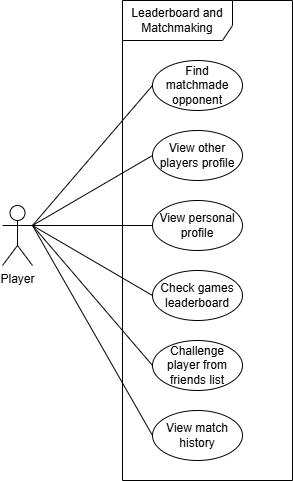
Earlier version of the draw.io export Leaderboard and Matchmaking Team Files/LeaderBoardAndMatchmakingUseCaseDiagram.png (kelsierfin/BasicGamingPlatform). Source tidied: cells renumbered, new cells last; positions are measured from the earlier drawing's top-left corner, leaving out a move shared by most shapes. Source of this version:
```xml
<mxGraphModel>
  <root>
    <mxCell id="0" />
    <mxCell id="1" parent="0" />
    <mxCell id="2" value="Leaderboard and Matchmaking" style="shape=umlFrame;whiteSpace=wrap;html=1;width=110;height=40;" parent="1" vertex="1">
      <mxGeometry x="120" width="170" height="480" as="geometry" />
    </mxCell>
    <mxCell id="3" style="rounded=0;jettySize=auto;html=1;exitX=1;exitY=0.3333333333333333;exitDx=0;exitDy=0;exitPerimeter=0;entryX=0;entryY=0.5;entryDx=0;entryDy=0;endArrow=none;startFill=0;" parent="1" edge="1" source="9" target="10">
      <mxGeometry relative="1" as="geometry" />
    </mxCell>
    <mxCell id="4" style="rounded=0;jettySize=auto;html=1;exitX=1;exitY=0.3333333333333333;exitDx=0;exitDy=0;exitPerimeter=0;entryX=0;entryY=0.5;entryDx=0;entryDy=0;endArrow=none;startFill=0;" parent="1" edge="1" source="9" target="12">
      <mxGeometry relative="1" as="geometry" />
    </mxCell>
    <mxCell id="5" style="rounded=0;jettySize=auto;html=1;exitX=1;exitY=0.3333333333333333;exitDx=0;exitDy=0;exitPerimeter=0;entryX=0;entryY=0.5;entryDx=0;entryDy=0;endArrow=none;startFill=0;" parent="1" edge="1" source="9" target="11">
      <mxGeometry relative="1" as="geometry" />
    </mxCell>
    <mxCell id="6" style="rounded=0;jettySize=auto;html=1;exitX=1;exitY=0.3333333333333333;exitDx=0;exitDy=0;exitPerimeter=0;entryX=0;entryY=0.5;entryDx=0;entryDy=0;endArrow=none;startFill=0;" parent="1" edge="1" source="9" target="14">
      <mxGeometry relative="1" as="geometry" />
    </mxCell>
    <mxCell id="7" style="rounded=0;jettySize=auto;html=1;exitX=1;exitY=0.3333333333333333;exitDx=0;exitDy=0;exitPerimeter=0;entryX=0;entryY=0.5;entryDx=0;entryDy=0;endArrow=none;startFill=0;" parent="1" edge="1" source="9" target="13">
      <mxGeometry relative="1" as="geometry" />
    </mxCell>
    <mxCell id="8" style="rounded=0;jettySize=auto;html=1;exitX=1;exitY=0.3333333333333333;exitDx=0;exitDy=0;exitPerimeter=0;entryX=0;entryY=0.5;entryDx=0;entryDy=0;endArrow=none;startFill=0;" parent="1" edge="1" source="9" target="15">
      <mxGeometry relative="1" as="geometry" />
    </mxCell>
    <mxCell id="9" value="Player" style="shape=umlActor;verticalLabelPosition=bottom;verticalAlign=top;html=1;" parent="1" vertex="1">
      <mxGeometry y="205" width="30" height="60" as="geometry" />
    </mxCell>
    <mxCell id="10" value="Find matchmade opponent" style="ellipse;whiteSpace=wrap;html=1;" parent="1" vertex="1">
      <mxGeometry x="150" y="60" width="90" height="50" as="geometry" />
    </mxCell>
    <mxCell id="11" value="Check games leaderboard&lt;span style=&quot;color: rgba(0, 0, 0, 0); font-family: monospace; font-size: 0px; text-align: start; text-wrap-mode: nowrap;&quot;&gt;%3CmxGraphModel%3E%3Croot%3E%3CmxCell%20id%3D%220%22%2F%3E%3CmxCell%20id%3D%221%22%20parent%3D%220%22%2F%3E%3CmxCell%20id%3D%222%22%20value%3D%22login%22%20style%3D%22ellipse%3BwhiteSpace%3Dwrap%3Bhtml%3D1%3B%22%20vertex%3D%221%22%20parent%3D%221%22%3E%3CmxGeometry%20x%3D%22420%22%20y%3D%22320%22%20width%3D%2290%22%20height%3D%2250%22%20as%3D%22geometry%22%2F%3E%3C%2FmxCell%3E%3C%2Froot%3E%3C%2FmxGraphModel%3E&lt;/span&gt;&lt;span style=&quot;color: rgba(0, 0, 0, 0); font-family: monospace; font-size: 0px; text-align: start; text-wrap-mode: nowrap;&quot;&gt;%3CmxGraphModel%3E%3Croot%3E%3CmxCell%20id%3D%220%22%2F%3E%3CmxCell%20id%3D%221%22%20parent%3D%220%22%2F%3E%3CmxCell%20id%3D%222%22%20value%3D%22login%22%20style%3D%22ellipse%3BwhiteSpace%3Dwrap%3Bhtml%3D1%3B%22%20vertex%3D%221%22%20parent%3D%221%22%3E%3CmxGeometry%20x%3D%22420%22%20y%3D%22320%22%20width%3D%2290%22%20height%3D%2250%22%20as%3D%22geometry%22%2F%3E%3C%2FmxCell%3E%3C%2Froot%3E%3C%2FmxGraphModel%3E&lt;/span&gt;" style="ellipse;whiteSpace=wrap;html=1;" parent="1" vertex="1">
      <mxGeometry x="150" y="270" width="90" height="50" as="geometry" />
    </mxCell>
    <mxCell id="12" value="View other players profile" style="ellipse;whiteSpace=wrap;html=1;" parent="1" vertex="1">
      <mxGeometry x="150" y="130" width="90" height="50" as="geometry" />
    </mxCell>
    <mxCell id="13" value="View match history" style="ellipse;whiteSpace=wrap;html=1;" parent="1" vertex="1">
      <mxGeometry x="150" y="410" width="90" height="50" as="geometry" />
    </mxCell>
    <mxCell id="14" value="Challenge player from friends list" style="ellipse;whiteSpace=wrap;html=1;" parent="1" vertex="1">
      <mxGeometry x="150" y="340" width="90" height="50" as="geometry" />
    </mxCell>
    <mxCell id="15" value="View personal profile" style="ellipse;whiteSpace=wrap;html=1;" parent="1" vertex="1">
      <mxGeometry x="150" y="200" width="90" height="50" as="geometry" />
    </mxCell>
  </root>
</mxGraphModel>
```
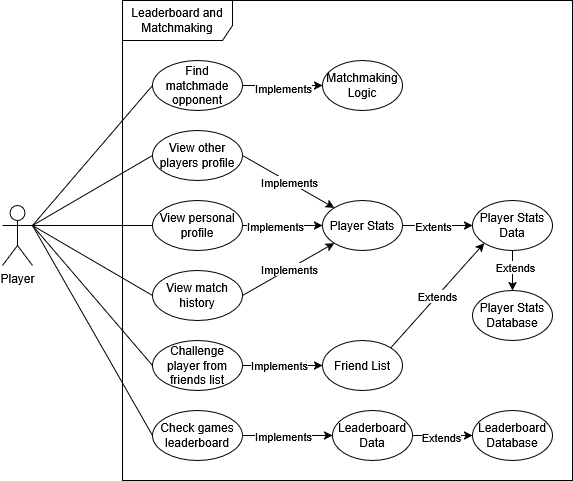
Later version of the same file.

Commit message:
Added Implemented and extended classes to the draw.io file

Change to the diagram source:
```diff
@@ -3,7 +3,7 @@
     <mxCell id="0" />
     <mxCell id="1" parent="0" />
     <mxCell id="2" value="Leaderboard and Matchmaking" style="shape=umlFrame;whiteSpace=wrap;html=1;width=110;height=40;" parent="1" vertex="1">
-      <mxGeometry x="120" width="170" height="480" as="geometry" />
+      <mxGeometry x="120" width="450" height="480" as="geometry" />
     </mxCell>
     <mxCell id="3" style="rounded=0;jettySize=auto;html=1;exitX=1;exitY=0.3333333333333333;exitDx=0;exitDy=0;exitPerimeter=0;entryX=0;entryY=0.5;entryDx=0;entryDy=0;endArrow=none;startFill=0;" parent="1" edge="1" source="9" target="10">
       <mxGeometry relative="1" as="geometry" />
@@ -26,23 +26,108 @@
     <mxCell id="9" value="Player" style="shape=umlActor;verticalLabelPosition=bottom;verticalAlign=top;html=1;" parent="1" vertex="1">
       <mxGeometry y="205" width="30" height="60" as="geometry" />
     </mxCell>
+    <mxCell id="16" style="edgeStyle=orthogonalEdgeStyle;rounded=0;jettySize=auto;html=1;exitX=1;exitY=0.5;exitDx=0;exitDy=0;entryX=0;entryY=0.5;entryDx=0;entryDy=0;" parent="1" edge="1" source="10" target="22">
+      <mxGeometry relative="1" as="geometry" />
+    </mxCell>
+    <mxCell id="17" value="Implements" style="edgeLabel;html=1;align=center;verticalAlign=middle;" parent="16" vertex="1">
+      <mxGeometry y="-2" relative="1" as="geometry" />
+    </mxCell>
     <mxCell id="10" value="Find matchmade opponent" style="ellipse;whiteSpace=wrap;html=1;" parent="1" vertex="1">
       <mxGeometry x="150" y="60" width="90" height="50" as="geometry" />
     </mxCell>
+    <mxCell id="18" style="edgeStyle=orthogonalEdgeStyle;rounded=0;jettySize=auto;html=1;exitX=1;exitY=0.5;exitDx=0;exitDy=0;entryX=0;entryY=0.5;entryDx=0;entryDy=0;" parent="1" edge="1" source="11" target="25">
+      <mxGeometry relative="1" as="geometry" />
+    </mxCell>
+    <mxCell id="19" value="Implements" style="edgeLabel;html=1;align=center;verticalAlign=middle;" parent="18" vertex="1">
+      <mxGeometry x="0.11" y="4" relative="1" as="geometry">
+        <mxPoint x="-10" y="4" as="offset" />
+      </mxGeometry>
+    </mxCell>
     <mxCell id="11" value="Check games leaderboard&lt;span style=&quot;color: rgba(0, 0, 0, 0); font-family: monospace; font-size: 0px; text-align: start; text-wrap-mode: nowrap;&quot;&gt;%3CmxGraphModel%3E%3Croot%3E%3CmxCell%20id%3D%220%22%2F%3E%3CmxCell%20id%3D%221%22%20parent%3D%220%22%2F%3E%3CmxCell%20id%3D%222%22%20value%3D%22login%22%20style%3D%22ellipse%3BwhiteSpace%3Dwrap%3Bhtml%3D1%3B%22%20vertex%3D%221%22%20parent%3D%221%22%3E%3CmxGeometry%20x%3D%22420%22%20y%3D%22320%22%20width%3D%2290%22%20height%3D%2250%22%20as%3D%22geometry%22%2F%3E%3C%2FmxCell%3E%3C%2Froot%3E%3C%2FmxGraphModel%3E&lt;/span&gt;&lt;span style=&quot;color: rgba(0, 0, 0, 0); font-family: monospace; font-size: 0px; text-align: start; text-wrap-mode: nowrap;&quot;&gt;%3CmxGraphModel%3E%3Croot%3E%3CmxCell%20id%3D%220%22%2F%3E%3CmxCell%20id%3D%221%22%20parent%3D%220%22%2F%3E%3CmxCell%20id%3D%222%22%20value%3D%22login%22%20style%3D%22ellipse%3BwhiteSpace%3Dwrap%3Bhtml%3D1%3B%22%20vertex%3D%221%22%20parent%3D%221%22%3E%3CmxGeometry%20x%3D%22420%22%20y%3D%22320%22%20width%3D%2290%22%20height%3D%2250%22%20as%3D%22geometry%22%2F%3E%3C%2FmxCell%3E%3C%2Froot%3E%3C%2FmxGraphModel%3E&lt;/span&gt;" style="ellipse;whiteSpace=wrap;html=1;" parent="1" vertex="1">
-      <mxGeometry x="150" y="270" width="90" height="50" as="geometry" />
+      <mxGeometry x="150" y="410" width="90" height="50" as="geometry" />
     </mxCell>
     <mxCell id="12" value="View other players profile" style="ellipse;whiteSpace=wrap;html=1;" parent="1" vertex="1">
       <mxGeometry x="150" y="130" width="90" height="50" as="geometry" />
     </mxCell>
     <mxCell id="13" value="View match history" style="ellipse;whiteSpace=wrap;html=1;" parent="1" vertex="1">
-      <mxGeometry x="150" y="410" width="90" height="50" as="geometry" />
+      <mxGeometry x="150" y="270" width="90" height="50" as="geometry" />
     </mxCell>
     <mxCell id="14" value="Challenge player from friends list" style="ellipse;whiteSpace=wrap;html=1;" parent="1" vertex="1">
       <mxGeometry x="150" y="340" width="90" height="50" as="geometry" />
     </mxCell>
+    <mxCell id="20" style="edgeStyle=orthogonalEdgeStyle;rounded=0;jettySize=auto;html=1;exitX=1;exitY=0.5;exitDx=0;exitDy=0;entryX=0;entryY=0.5;entryDx=0;entryDy=0;" parent="1" edge="1" source="15" target="28">
+      <mxGeometry relative="1" as="geometry" />
+    </mxCell>
+    <mxCell id="21" value="Implements" style="edgeLabel;html=1;align=center;verticalAlign=middle;" parent="20" vertex="1">
+      <mxGeometry x="-0.2" relative="1" as="geometry" />
+    </mxCell>
     <mxCell id="15" value="View personal profile" style="ellipse;whiteSpace=wrap;html=1;" parent="1" vertex="1">
       <mxGeometry x="150" y="200" width="90" height="50" as="geometry" />
     </mxCell>
+    <mxCell id="22" value="Matchmaking Logic" style="ellipse;whiteSpace=wrap;html=1;" parent="1" vertex="1">
+      <mxGeometry x="320" y="60" width="80" height="50" as="geometry" />
+    </mxCell>
+    <mxCell id="23" style="edgeStyle=orthogonalEdgeStyle;rounded=0;jettySize=auto;html=1;exitX=1;exitY=0.5;exitDx=0;exitDy=0;entryX=0;entryY=0.5;entryDx=0;entryDy=0;" parent="1" edge="1" source="25" target="32">
+      <mxGeometry relative="1" as="geometry" />
+    </mxCell>
+    <mxCell id="24" value="Extends" style="edgeLabel;html=1;align=center;verticalAlign=middle;" parent="23" vertex="1">
+      <mxGeometry x="-0.06" y="-1" relative="1" as="geometry" />
+    </mxCell>
+    <mxCell id="25" value="&lt;div&gt;Leaderboard Data&lt;/div&gt;" style="ellipse;whiteSpace=wrap;html=1;" parent="1" vertex="1">
+      <mxGeometry x="330" y="410" width="80" height="50" as="geometry" />
+    </mxCell>
+    <mxCell id="26" style="edgeStyle=orthogonalEdgeStyle;rounded=0;jettySize=auto;html=1;exitX=1;exitY=0.5;exitDx=0;exitDy=0;entryX=0;entryY=0.5;entryDx=0;entryDy=0;" parent="1" edge="1" source="28" target="31">
+      <mxGeometry relative="1" as="geometry" />
+    </mxCell>
+    <mxCell id="27" value="&lt;div&gt;Extents&lt;/div&gt;" style="edgeLabel;html=1;align=center;verticalAlign=middle;" parent="26" vertex="1">
+      <mxGeometry x="-0.13" y="-2" relative="1" as="geometry">
+        <mxPoint y="-2" as="offset" />
+      </mxGeometry>
+    </mxCell>
+    <mxCell id="28" value="Player Stats" style="ellipse;whiteSpace=wrap;html=1;" parent="1" vertex="1">
+      <mxGeometry x="320" y="200" width="80" height="50" as="geometry" />
+    </mxCell>
+    <mxCell id="29" style="edgeStyle=orthogonalEdgeStyle;rounded=0;jettySize=auto;html=1;exitX=0.5;exitY=1;exitDx=0;exitDy=0;entryX=0.5;entryY=0;entryDx=0;entryDy=0;" parent="1" edge="1" source="31" target="33">
+      <mxGeometry relative="1" as="geometry" />
+    </mxCell>
+    <mxCell id="30" value="Extends" style="edgeLabel;html=1;align=center;verticalAlign=middle;" parent="29" vertex="1">
+      <mxGeometry x="-0.2" y="2" relative="1" as="geometry" />
+    </mxCell>
+    <mxCell id="31" value="&lt;div&gt;Player Stats Data&lt;/div&gt;" style="ellipse;whiteSpace=wrap;html=1;" parent="1" vertex="1">
+      <mxGeometry x="470" y="200" width="80" height="50" as="geometry" />
+    </mxCell>
+    <mxCell id="32" value="Leaderboard Database" style="ellipse;whiteSpace=wrap;html=1;" parent="1" vertex="1">
+      <mxGeometry x="470" y="410" width="80" height="50" as="geometry" />
+    </mxCell>
+    <mxCell id="33" value="Player Stats Database" style="ellipse;whiteSpace=wrap;html=1;" parent="1" vertex="1">
+      <mxGeometry x="470" y="290" width="80" height="50" as="geometry" />
+    </mxCell>
+    <mxCell id="34" style="endArrow=classic;html=1;rounded=0;exitX=1;exitY=0.5;exitDx=0;exitDy=0;entryX=0;entryY=0;entryDx=0;entryDy=0;" parent="1" edge="1" source="12" target="28">
+      <mxGeometry relative="1" as="geometry" />
+    </mxCell>
+    <mxCell id="35" value="Implements" style="edgeLabel;html=1;align=center;verticalAlign=middle;" parent="34" vertex="1">
+      <mxGeometry relative="1" as="geometry" />
+    </mxCell>
+    <mxCell id="36" style="endArrow=classic;html=1;rounded=0;exitX=1;exitY=0.5;exitDx=0;exitDy=0;entryX=0;entryY=1;entryDx=0;entryDy=0;" parent="1" edge="1" source="13" target="28">
+      <mxGeometry relative="1" as="geometry" />
+    </mxCell>
+    <mxCell id="37" value="&lt;div&gt;Implements&lt;/div&gt;" style="edgeLabel;html=1;align=center;verticalAlign=middle;" parent="36" vertex="1">
+      <mxGeometry relative="1" as="geometry" />
+    </mxCell>
+    <mxCell id="38" value="&lt;div&gt;Friend List&lt;/div&gt;" style="ellipse;whiteSpace=wrap;html=1;" parent="1" vertex="1">
+      <mxGeometry x="320" y="340" width="80" height="50" as="geometry" />
+    </mxCell>
+    <mxCell id="39" style="edgeStyle=orthogonalEdgeStyle;rounded=0;jettySize=auto;html=1;exitX=1;exitY=0.5;exitDx=0;exitDy=0;entryX=0;entryY=0.5;entryDx=0;entryDy=0;" parent="1" edge="1" source="14" target="38">
+      <mxGeometry relative="1" as="geometry" />
+    </mxCell>
+    <mxCell id="40" value="Implements" style="edgeLabel;html=1;align=center;verticalAlign=middle;" parent="39" vertex="1">
+      <mxGeometry x="-0.1" y="1" relative="1" as="geometry" />
+    </mxCell>
+    <mxCell id="41" style="endArrow=classic;html=1;rounded=0;exitX=1;exitY=0;exitDx=0;exitDy=0;entryX=0;entryY=1;entryDx=0;entryDy=0;" parent="1" edge="1" source="38" target="31">
+      <mxGeometry relative="1" as="geometry" />
+    </mxCell>
+    <mxCell id="42" value="Extends" style="edgeLabel;html=1;align=center;verticalAlign=middle;" parent="41" vertex="1">
+      <mxGeometry relative="1" as="geometry" />
+    </mxCell>
   </root>
 </mxGraphModel>
```
